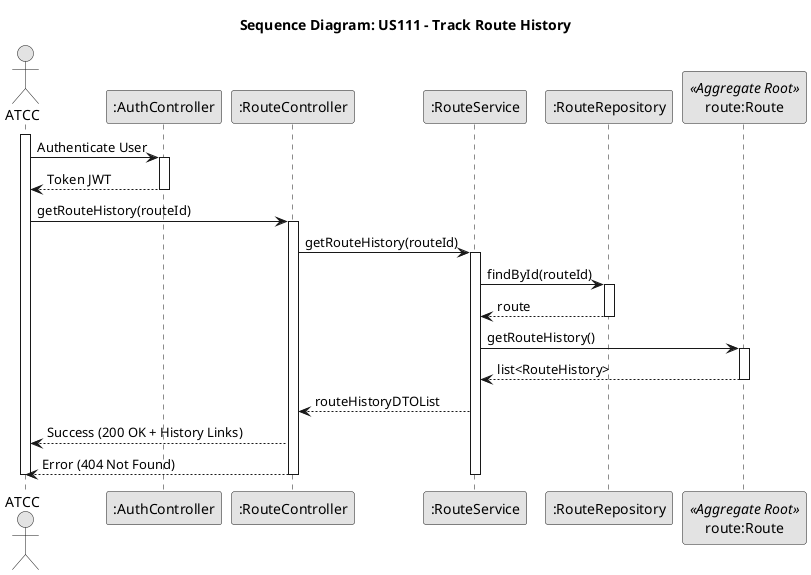
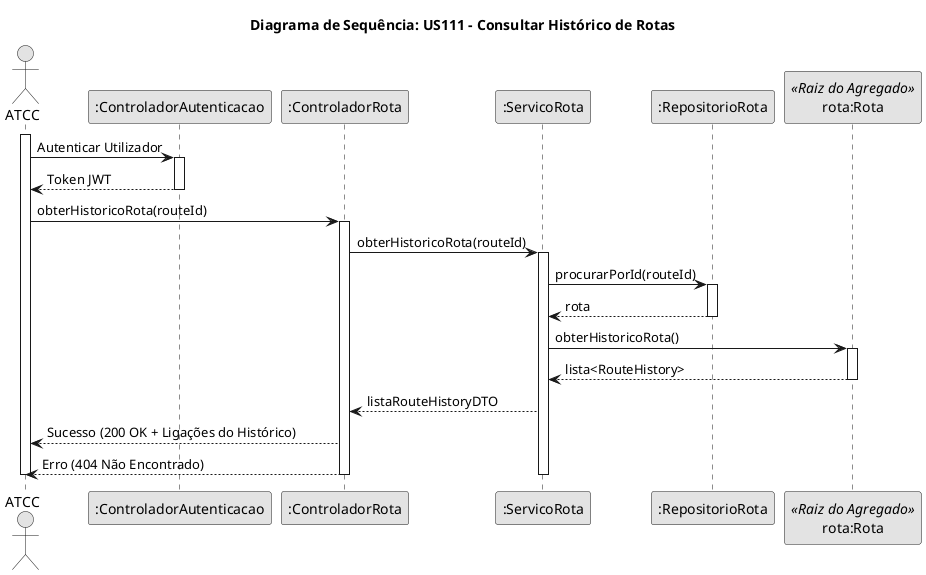
@startuml
skinparam monochrome true
skinparam shadowing false

- title Sequence Diagram: US111 - Track Route History
+ title Diagrama de Sequência: US111 - Consultar Histórico de Rotas

actor "ATCC" as User
- participant ":AuthController" as Auth
- participant ":RouteController" as Ctrl
- participant ":RouteService" as Service
- participant ":RouteRepository" as RepoRoute
- participant "route:Route" as Route <<Aggregate Root>>
+ participant ":ControladorAutenticacao" as Auth
+ participant ":ControladorRota" as Ctrl
+ participant ":ServicoRota" as Service
+ participant ":RepositorioRota" as RepoRoute
+ participant "rota:Rota" as Route <<Raiz do Agregado>>

activate User

- 
- User -> Auth : Authenticate User
+ User -> Auth : Autenticar Utilizador
activate Auth
Auth --> User : Token JWT
deactivate Auth

- 
- User -> Ctrl : getRouteHistory(routeId)
+ User -> Ctrl : obterHistoricoRota(routeId)
activate Ctrl

- Ctrl -> Service : getRouteHistory(routeId)
+ Ctrl -> Service : obterHistoricoRota(routeId)
activate Service

-     Service -> RepoRoute : findById(routeId)
+     Service -> RepoRoute : procurarPorId(routeId)
    activate RepoRoute
-     RepoRoute --> Service : route
+     RepoRoute --> Service : rota
    deactivate RepoRoute

-     Service -> Route : getRouteHistory()
+     Service -> Route : obterHistoricoRota()
    activate Route
-     Route --> Service : list<RouteHistory>
+     Route --> Service : lista<RouteHistory>
    deactivate Route

-     Service --> Ctrl : routeHistoryDTOList
+     Service --> Ctrl : listaRouteHistoryDTO

-     Ctrl --> User : Success (200 OK + History Links)
+     Ctrl --> User : Sucesso (200 OK + Ligações do Histórico)

-     Ctrl --> User : Error (404 Not Found)
+     Ctrl --> User : Erro (404 Não Encontrado)

deactivate Service
deactivate Ctrl
deactivate User
@enduml